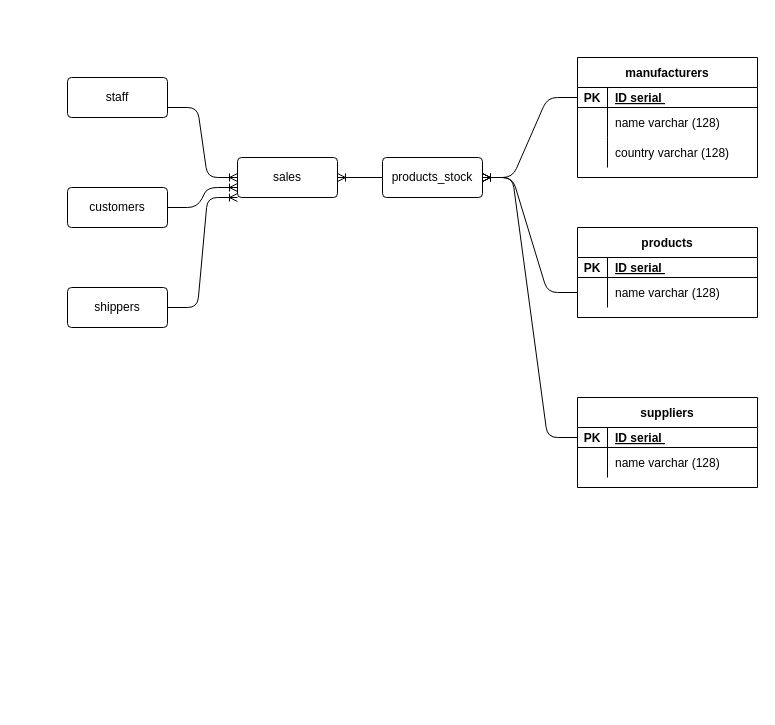
Above: Store.drawio in Emma664/World-population (draw.io), before the change. Source tidied: cells renumbered, new cells numbered last; positions are measured from the earlier drawing's top-left corner, leaving out a move shared by most shapes. Both pictures are drawn from the tidied source at 100%, with x=0, y=0 at pixel (67, 57).
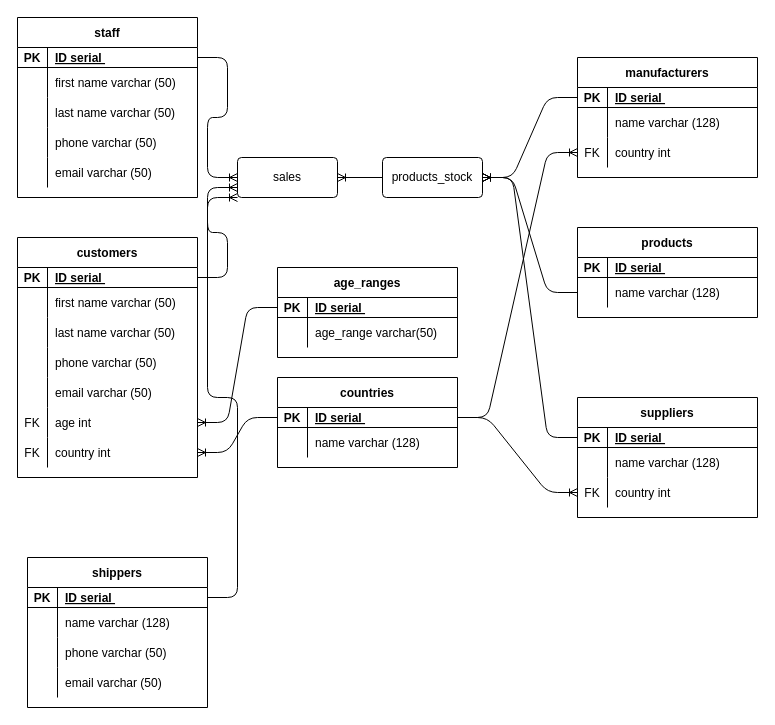
The same page after the edit.

Unchanged cells that the change refers to:
```xml
<mxCell id="6" value="sales" style="rounded=1;arcSize=10;whiteSpace=wrap;html=1;align=center;" parent="1" vertex="1">
  <mxGeometry x="170" y="100" width="100" height="40" as="geometry" />
</mxCell>
<mxCell id="35" style="shape=partialRectangle;fillColor=none;top=0;left=0;bottom=0;right=0;points=[[0,0.5],[1,0.5]];portConstraint=eastwest;" parent="28" vertex="1">
  <mxGeometry y="80" width="180" height="30" as="geometry" />
</mxCell>
```

The edit, as a diff of the source:
```diff
@@
-    <mxCell id="3" value="staff" style="rounded=1;arcSize=10;whiteSpace=wrap;html=1;align=center;" parent="1" vertex="1">
-      <mxGeometry y="20" width="100" height="40" as="geometry" />
-    </mxCell>
-    <mxCell id="4" value="customers" style="rounded=1;arcSize=10;whiteSpace=wrap;html=1;align=center;" parent="1" vertex="1">
-      <mxGeometry y="130" width="100" height="40" as="geometry" />
-    </mxCell>
-    <mxCell id="5" value="shippers" style="rounded=1;arcSize=10;whiteSpace=wrap;html=1;align=center;" parent="1" vertex="1">
-      <mxGeometry y="230" width="100" height="40" as="geometry" />
-    </mxCell>
@@
-    <mxCell id="8" style="edgeStyle=entityRelationEdgeStyle;fontSize=12;html=1;endArrow=ERoneToMany;exitX=1;exitY=0.75;exitDx=0;exitDy=0;entryX=0;entryY=0.5;entryDx=0;entryDy=0;" parent="1" edge="1" source="3" target="6">
+    <mxCell id="8" style="edgeStyle=entityRelationEdgeStyle;fontSize=12;html=1;endArrow=ERoneToMany;exitX=1;exitY=0.5;exitDx=0;exitDy=0;entryX=0;entryY=0.5;entryDx=0;entryDy=0;" parent="1" edge="1" source="50" target="6">
       <mxGeometry relative="1" as="geometry" />
     </mxCell>
-    <mxCell id="9" style="edgeStyle=entityRelationEdgeStyle;fontSize=12;html=1;endArrow=ERoneToMany;exitX=1;exitY=0.5;exitDx=0;exitDy=0;entryX=0;entryY=0.75;entryDx=0;entryDy=0;" parent="1" edge="1" source="4" target="6">
+    <mxCell id="9" style="edgeStyle=entityRelationEdgeStyle;fontSize=12;html=1;endArrow=ERoneToMany;exitX=1;exitY=0.5;exitDx=0;exitDy=0;entryX=0;entryY=0.75;entryDx=0;entryDy=0;" parent="1" edge="1" source="65" target="6">
       <mxGeometry relative="1" as="geometry" />
     </mxCell>
-    <mxCell id="10" style="edgeStyle=entityRelationEdgeStyle;fontSize=12;html=1;endArrow=ERoneToMany;exitX=1;exitY=0.5;exitDx=0;exitDy=0;entryX=0;entryY=1;entryDx=0;entryDy=0;" parent="1" edge="1" source="5" target="6">
+    <mxCell id="10" style="edgeStyle=entityRelationEdgeStyle;fontSize=12;html=1;endArrow=ERoneToMany;exitX=1;exitY=0.5;exitDx=0;exitDy=0;entryX=0;entryY=1;entryDx=0;entryDy=0;" parent="1" edge="1" source="93" target="6">
       <mxGeometry relative="1" as="geometry" />
     </mxCell>
@@
     <mxCell id="14" value="suppliers" style="shape=table;startSize=30;childLayout=tableLayout;rowLines=0;fontStyle=1;align=center;" parent="1" vertex="1">
-      <mxGeometry x="510" y="340" width="180" height="90" as="geometry" />
+      <mxGeometry x="510" y="340" width="180" height="120" as="geometry" />
     </mxCell>
@@
+    <mxCell id="38" style="shape=partialRectangle;fillColor=none;top=0;left=0;bottom=0;right=0;points=[[0,0.5],[1,0.5]];portConstraint=eastwest;" parent="14" vertex="1">
+      <mxGeometry y="80" width="180" height="30" as="geometry" />
+    </mxCell>
+    <mxCell id="39" value="FK" style="shape=partialRectangle;fillColor=none;top=0;left=0;bottom=0;right=0;overflow=hidden;" parent="38" vertex="1">
+      <mxGeometry width="30" height="30" as="geometry" />
+    </mxCell>
+    <mxCell id="40" value="country int" style="shape=partialRectangle;fillColor=none;top=0;left=0;bottom=0;right=0;align=left;spacingLeft=6;overflow=hidden;" parent="38" vertex="1">
+      <mxGeometry x="30" width="150" height="30" as="geometry" />
+    </mxCell>
@@
-    <mxCell id="36" style="shape=partialRectangle;fillColor=none;top=0;left=0;bottom=0;right=0;overflow=hidden;" parent="35" vertex="1">
+    <mxCell id="36" value="FK" style="shape=partialRectangle;fillColor=none;top=0;left=0;bottom=0;right=0;overflow=hidden;" parent="35" vertex="1">
       <mxGeometry width="30" height="30" as="geometry" />
     </mxCell>
-    <mxCell id="37" value="country varchar (128)" style="shape=partialRectangle;fillColor=none;top=0;left=0;bottom=0;right=0;align=left;spacingLeft=6;overflow=hidden;" parent="35" vertex="1">
+    <mxCell id="37" value="country int" style="shape=partialRectangle;fillColor=none;top=0;left=0;bottom=0;right=0;align=left;spacingLeft=6;overflow=hidden;" parent="35" vertex="1">
       <mxGeometry x="30" width="150" height="30" as="geometry" />
     </mxCell>
+    <mxCell id="41" style="edgeStyle=entityRelationEdgeStyle;fontSize=12;html=1;endArrow=ERoneToMany;entryX=0;entryY=0.5;entryDx=0;entryDy=0;exitX=1;exitY=0.5;exitDx=0;exitDy=0;" parent="1" edge="1" source="43" target="35">
+      <mxGeometry relative="1" as="geometry" />
+    </mxCell>
+    <mxCell id="42" value="countries" style="shape=table;startSize=30;childLayout=tableLayout;rowLines=0;fontStyle=1;align=center;" parent="1" vertex="1">
+      <mxGeometry x="210" y="320" width="180" height="90" as="geometry" />
+    </mxCell>
+    <mxCell id="43" style="shape=partialRectangle;fillColor=none;top=0;left=0;bottom=1;right=0;points=[[0,0.5],[1,0.5]];portConstraint=eastwest;" parent="42" vertex="1">
+      <mxGeometry y="30" width="180" height="20" as="geometry" />
+    </mxCell>
+    <mxCell id="44" value="PK" style="shape=partialRectangle;fillColor=none;top=0;left=0;bottom=0;right=0;fontStyle=1;overflow=hidden;" parent="43" vertex="1">
+      <mxGeometry width="30" height="20" as="geometry" />
+    </mxCell>
+    <mxCell id="45" value="ID serial " style="shape=partialRectangle;fillColor=none;top=0;left=0;bottom=0;right=0;align=left;spacingLeft=6;fontStyle=5;overflow=hidden;" parent="43" vertex="1">
+      <mxGeometry x="30" width="150" height="20" as="geometry" />
+    </mxCell>
+    <mxCell id="46" style="shape=partialRectangle;fillColor=none;top=0;left=0;bottom=0;right=0;" parent="42" vertex="1">
+      <mxGeometry y="50" width="180" height="30" as="geometry" />
+    </mxCell>
+    <mxCell id="47" style="shape=partialRectangle;fillColor=none;top=0;left=0;bottom=0;right=0;overflow=hidden;" parent="46" vertex="1">
+      <mxGeometry width="30" height="30" as="geometry" />
+    </mxCell>
+    <mxCell id="48" value="name varchar (128)" style="shape=partialRectangle;fillColor=none;top=0;left=0;bottom=0;right=0;align=left;spacingLeft=6;overflow=hidden;" parent="46" vertex="1">
+      <mxGeometry x="30" width="150" height="30" as="geometry" />
+    </mxCell>
+    <mxCell id="49" style="edgeStyle=entityRelationEdgeStyle;fontSize=12;html=1;endArrow=ERoneToMany;entryX=0;entryY=0.5;entryDx=0;entryDy=0;exitX=1;exitY=0.5;exitDx=0;exitDy=0;" parent="1" edge="1" source="43" target="38">
+      <mxGeometry relative="1" as="geometry" />
+    </mxCell>
+    <mxCell id="3" value="staff" style="shape=table;startSize=30;childLayout=tableLayout;rowLines=0;fontStyle=1;align=center;" parent="1" vertex="1">
+      <mxGeometry x="-50" y="-40" width="180" height="180" as="geometry" />
+    </mxCell>
+    <mxCell id="50" style="shape=partialRectangle;fillColor=none;top=0;left=0;bottom=1;right=0;points=[[0,0.5],[1,0.5]];portConstraint=eastwest;" parent="3" vertex="1">
+      <mxGeometry y="30" width="180" height="20" as="geometry" />
+    </mxCell>
+    <mxCell id="51" value="PK" style="shape=partialRectangle;fillColor=none;top=0;left=0;bottom=0;right=0;fontStyle=1;overflow=hidden;" parent="50" vertex="1">
+      <mxGeometry width="30" height="20" as="geometry" />
+    </mxCell>
+    <mxCell id="52" value="ID serial " style="shape=partialRectangle;fillColor=none;top=0;left=0;bottom=0;right=0;align=left;spacingLeft=6;fontStyle=5;overflow=hidden;" parent="50" vertex="1">
+      <mxGeometry x="30" width="150" height="20" as="geometry" />
+    </mxCell>
+    <mxCell id="53" style="shape=partialRectangle;fillColor=none;top=0;left=0;bottom=0;right=0;" parent="3" vertex="1">
+      <mxGeometry y="50" width="180" height="30" as="geometry" />
+    </mxCell>
+    <mxCell id="54" style="shape=partialRectangle;fillColor=none;top=0;left=0;bottom=0;right=0;overflow=hidden;" parent="53" vertex="1">
+      <mxGeometry width="30" height="30" as="geometry" />
+    </mxCell>
+    <mxCell id="55" value="first name varchar (50)" style="shape=partialRectangle;fillColor=none;top=0;left=0;bottom=0;right=0;align=left;spacingLeft=6;overflow=hidden;" parent="53" vertex="1">
+      <mxGeometry x="30" width="150" height="30" as="geometry" />
+    </mxCell>
+    <mxCell id="56" style="shape=partialRectangle;fillColor=none;top=0;left=0;bottom=0;right=0;" parent="3" vertex="1">
+      <mxGeometry y="80" width="180" height="30" as="geometry" />
+    </mxCell>
+    <mxCell id="57" style="shape=partialRectangle;fillColor=none;top=0;left=0;bottom=0;right=0;overflow=hidden;" parent="56" vertex="1">
+      <mxGeometry width="30" height="30" as="geometry" />
+    </mxCell>
+    <mxCell id="58" value="last name varchar (50)" style="shape=partialRectangle;fillColor=none;top=0;left=0;bottom=0;right=0;align=left;spacingLeft=6;overflow=hidden;" parent="56" vertex="1">
+      <mxGeometry x="30" width="150" height="30" as="geometry" />
+    </mxCell>
+    <mxCell id="59" style="shape=partialRectangle;fillColor=none;top=0;left=0;bottom=0;right=0;" parent="3" vertex="1">
+      <mxGeometry y="110" width="180" height="30" as="geometry" />
+    </mxCell>
+    <mxCell id="60" style="shape=partialRectangle;fillColor=none;top=0;left=0;bottom=0;right=0;overflow=hidden;" parent="59" vertex="1">
+      <mxGeometry width="30" height="30" as="geometry" />
+    </mxCell>
+    <mxCell id="61" value="phone varchar (50)" style="shape=partialRectangle;fillColor=none;top=0;left=0;bottom=0;right=0;align=left;spacingLeft=6;overflow=hidden;" parent="59" vertex="1">
+      <mxGeometry x="30" width="150" height="30" as="geometry" />
+    </mxCell>
+    <mxCell id="62" style="shape=partialRectangle;fillColor=none;top=0;left=0;bottom=0;right=0;" parent="3" vertex="1">
+      <mxGeometry y="140" width="180" height="30" as="geometry" />
+    </mxCell>
+    <mxCell id="63" style="shape=partialRectangle;fillColor=none;top=0;left=0;bottom=0;right=0;overflow=hidden;" parent="62" vertex="1">
+      <mxGeometry width="30" height="30" as="geometry" />
+    </mxCell>
+    <mxCell id="64" value="email varchar (50)" style="shape=partialRectangle;fillColor=none;top=0;left=0;bottom=0;right=0;align=left;spacingLeft=6;overflow=hidden;" parent="62" vertex="1">
+      <mxGeometry x="30" width="150" height="30" as="geometry" />
+    </mxCell>
+    <mxCell id="4" value="customers" style="shape=table;startSize=30;childLayout=tableLayout;rowLines=0;fontStyle=1;align=center;" parent="1" vertex="1">
+      <mxGeometry x="-50" y="180" width="180" height="240" as="geometry" />
+    </mxCell>
+    <mxCell id="65" style="shape=partialRectangle;fillColor=none;top=0;left=0;bottom=1;right=0;points=[[0,0.5],[1,0.5]];portConstraint=eastwest;" parent="4" vertex="1">
+      <mxGeometry y="30" width="180" height="20" as="geometry" />
+    </mxCell>
+    <mxCell id="66" value="PK" style="shape=partialRectangle;fillColor=none;top=0;left=0;bottom=0;right=0;fontStyle=1;overflow=hidden;" parent="65" vertex="1">
+      <mxGeometry width="30" height="20" as="geometry" />
+    </mxCell>
+    <mxCell id="67" value="ID serial " style="shape=partialRectangle;fillColor=none;top=0;left=0;bottom=0;right=0;align=left;spacingLeft=6;fontStyle=5;overflow=hidden;" parent="65" vertex="1">
+      <mxGeometry x="30" width="150" height="20" as="geometry" />
+    </mxCell>
+    <mxCell id="68" style="shape=partialRectangle;fillColor=none;top=0;left=0;bottom=0;right=0;" parent="4" vertex="1">
+      <mxGeometry y="50" width="180" height="30" as="geometry" />
+    </mxCell>
+    <mxCell id="69" style="shape=partialRectangle;fillColor=none;top=0;left=0;bottom=0;right=0;overflow=hidden;" parent="68" vertex="1">
+      <mxGeometry width="30" height="30" as="geometry" />
+    </mxCell>
+    <mxCell id="70" value="first name varchar (50)" style="shape=partialRectangle;fillColor=none;top=0;left=0;bottom=0;right=0;align=left;spacingLeft=6;overflow=hidden;" parent="68" vertex="1">
+      <mxGeometry x="30" width="150" height="30" as="geometry" />
+    </mxCell>
+    <mxCell id="71" style="shape=partialRectangle;fillColor=none;top=0;left=0;bottom=0;right=0;" parent="4" vertex="1">
+      <mxGeometry y="80" width="180" height="30" as="geometry" />
+    </mxCell>
+    <mxCell id="72" style="shape=partialRectangle;fillColor=none;top=0;left=0;bottom=0;right=0;overflow=hidden;" parent="71" vertex="1">
+      <mxGeometry width="30" height="30" as="geometry" />
+    </mxCell>
+    <mxCell id="73" value="last name varchar (50)" style="shape=partialRectangle;fillColor=none;top=0;left=0;bottom=0;right=0;align=left;spacingLeft=6;overflow=hidden;" parent="71" vertex="1">
+      <mxGeometry x="30" width="150" height="30" as="geometry" />
+    </mxCell>
+    <mxCell id="74" style="shape=partialRectangle;fillColor=none;top=0;left=0;bottom=0;right=0;" parent="4" vertex="1">
+      <mxGeometry y="110" width="180" height="30" as="geometry" />
+    </mxCell>
+    <mxCell id="75" style="shape=partialRectangle;fillColor=none;top=0;left=0;bottom=0;right=0;overflow=hidden;" parent="74" vertex="1">
+      <mxGeometry width="30" height="30" as="geometry" />
+    </mxCell>
+    <mxCell id="76" value="phone varchar (50)" style="shape=partialRectangle;fillColor=none;top=0;left=0;bottom=0;right=0;align=left;spacingLeft=6;overflow=hidden;" parent="74" vertex="1">
+      <mxGeometry x="30" width="150" height="30" as="geometry" />
+    </mxCell>
+    <mxCell id="77" style="shape=partialRectangle;fillColor=none;top=0;left=0;bottom=0;right=0;" parent="4" vertex="1">
+      <mxGeometry y="140" width="180" height="30" as="geometry" />
+    </mxCell>
+    <mxCell id="78" style="shape=partialRectangle;fillColor=none;top=0;left=0;bottom=0;right=0;overflow=hidden;" parent="77" vertex="1">
+      <mxGeometry width="30" height="30" as="geometry" />
+    </mxCell>
+    <mxCell id="79" value="email varchar (50)" style="shape=partialRectangle;fillColor=none;top=0;left=0;bottom=0;right=0;align=left;spacingLeft=6;overflow=hidden;" parent="77" vertex="1">
+      <mxGeometry x="30" width="150" height="30" as="geometry" />
+    </mxCell>
+    <mxCell id="80" style="shape=partialRectangle;fillColor=none;top=0;left=0;bottom=0;right=0;points=[[0,0.5],[1,0.5]];portConstraint=eastwest;" parent="4" vertex="1">
+      <mxGeometry y="170" width="180" height="30" as="geometry" />
+    </mxCell>
+    <mxCell id="81" value="FK" style="shape=partialRectangle;fillColor=none;top=0;left=0;bottom=0;right=0;overflow=hidden;" parent="80" vertex="1">
+      <mxGeometry width="30" height="30" as="geometry" />
+    </mxCell>
+    <mxCell id="82" value="age int" style="shape=partialRectangle;fillColor=none;top=0;left=0;bottom=0;right=0;align=left;spacingLeft=6;overflow=hidden;" parent="80" vertex="1">
+      <mxGeometry x="30" width="150" height="30" as="geometry" />
+    </mxCell>
+    <mxCell id="83" style="shape=partialRectangle;fillColor=none;top=0;left=0;bottom=0;right=0;points=[[0,0.5],[1,0.5]];portConstraint=eastwest;" parent="4" vertex="1">
+      <mxGeometry y="200" width="180" height="30" as="geometry" />
+    </mxCell>
+    <mxCell id="84" value="FK" style="shape=partialRectangle;fillColor=none;top=0;left=0;bottom=0;right=0;overflow=hidden;" parent="83" vertex="1">
+      <mxGeometry width="30" height="30" as="geometry" />
+    </mxCell>
+    <mxCell id="85" value="country int" style="shape=partialRectangle;fillColor=none;top=0;left=0;bottom=0;right=0;align=left;spacingLeft=6;overflow=hidden;" parent="83" vertex="1">
+      <mxGeometry x="30" width="150" height="30" as="geometry" />
+    </mxCell>
+    <mxCell id="86" value="age_ranges" style="shape=table;startSize=30;childLayout=tableLayout;rowLines=0;fontStyle=1;align=center;" parent="1" vertex="1">
+      <mxGeometry x="210" y="210" width="180" height="90" as="geometry" />
+    </mxCell>
+    <mxCell id="87" style="shape=partialRectangle;fillColor=none;top=0;left=0;bottom=1;right=0;points=[[0,0.5],[1,0.5]];portConstraint=eastwest;" parent="86" vertex="1">
+      <mxGeometry y="30" width="180" height="20" as="geometry" />
+    </mxCell>
+    <mxCell id="88" value="PK" style="shape=partialRectangle;fillColor=none;top=0;left=0;bottom=0;right=0;fontStyle=1;overflow=hidden;" parent="87" vertex="1">
+      <mxGeometry width="30" height="20" as="geometry" />
+    </mxCell>
+    <mxCell id="89" value="ID serial " style="shape=partialRectangle;fillColor=none;top=0;left=0;bottom=0;right=0;align=left;spacingLeft=6;fontStyle=5;overflow=hidden;" parent="87" vertex="1">
+      <mxGeometry x="30" width="150" height="20" as="geometry" />
+    </mxCell>
+    <mxCell id="90" style="shape=partialRectangle;fillColor=none;top=0;left=0;bottom=0;right=0;" parent="86" vertex="1">
+      <mxGeometry y="50" width="180" height="30" as="geometry" />
+    </mxCell>
+    <mxCell id="91" style="shape=partialRectangle;fillColor=none;top=0;left=0;bottom=0;right=0;overflow=hidden;" parent="90" vertex="1">
+      <mxGeometry width="30" height="30" as="geometry" />
+    </mxCell>
+    <mxCell id="92" value="age_range varchar(50)" style="shape=partialRectangle;fillColor=none;top=0;left=0;bottom=0;right=0;align=left;spacingLeft=6;overflow=hidden;" parent="90" vertex="1">
+      <mxGeometry x="30" width="150" height="30" as="geometry" />
+    </mxCell>
+    <mxCell id="5" value="shippers" style="shape=table;startSize=30;childLayout=tableLayout;rowLines=0;fontStyle=1;align=center;" parent="1" vertex="1">
+      <mxGeometry x="-40" y="500" width="180" height="150" as="geometry" />
+    </mxCell>
+    <mxCell id="93" style="shape=partialRectangle;fillColor=none;top=0;left=0;bottom=1;right=0;points=[[0,0.5],[1,0.5]];portConstraint=eastwest;" parent="5" vertex="1">
+      <mxGeometry y="30" width="180" height="20" as="geometry" />
+    </mxCell>
+    <mxCell id="94" value="PK" style="shape=partialRectangle;fillColor=none;top=0;left=0;bottom=0;right=0;fontStyle=1;overflow=hidden;" parent="93" vertex="1">
+      <mxGeometry width="30" height="20" as="geometry" />
+    </mxCell>
+    <mxCell id="95" value="ID serial " style="shape=partialRectangle;fillColor=none;top=0;left=0;bottom=0;right=0;align=left;spacingLeft=6;fontStyle=5;overflow=hidden;" parent="93" vertex="1">
+      <mxGeometry x="30" width="150" height="20" as="geometry" />
+    </mxCell>
+    <mxCell id="96" style="shape=partialRectangle;fillColor=none;top=0;left=0;bottom=0;right=0;" parent="5" vertex="1">
+      <mxGeometry y="50" width="180" height="30" as="geometry" />
+    </mxCell>
+    <mxCell id="97" style="shape=partialRectangle;fillColor=none;top=0;left=0;bottom=0;right=0;overflow=hidden;" parent="96" vertex="1">
+      <mxGeometry width="30" height="30" as="geometry" />
+    </mxCell>
+    <mxCell id="98" value="name varchar (128)" style="shape=partialRectangle;fillColor=none;top=0;left=0;bottom=0;right=0;align=left;spacingLeft=6;overflow=hidden;" parent="96" vertex="1">
+      <mxGeometry x="30" width="150" height="30" as="geometry" />
+    </mxCell>
+    <mxCell id="99" style="shape=partialRectangle;fillColor=none;top=0;left=0;bottom=0;right=0;" parent="5" vertex="1">
+      <mxGeometry y="80" width="180" height="30" as="geometry" />
+    </mxCell>
+    <mxCell id="100" style="shape=partialRectangle;fillColor=none;top=0;left=0;bottom=0;right=0;overflow=hidden;" parent="99" vertex="1">
+      <mxGeometry width="30" height="30" as="geometry" />
+    </mxCell>
+    <mxCell id="101" value="phone varchar (50)" style="shape=partialRectangle;fillColor=none;top=0;left=0;bottom=0;right=0;align=left;spacingLeft=6;overflow=hidden;" parent="99" vertex="1">
+      <mxGeometry x="30" width="150" height="30" as="geometry" />
+    </mxCell>
+    <mxCell id="102" style="shape=partialRectangle;fillColor=none;top=0;left=0;bottom=0;right=0;" parent="5" vertex="1">
+      <mxGeometry y="110" width="180" height="30" as="geometry" />
+    </mxCell>
+    <mxCell id="103" style="shape=partialRectangle;fillColor=none;top=0;left=0;bottom=0;right=0;overflow=hidden;" parent="102" vertex="1">
+      <mxGeometry width="30" height="30" as="geometry" />
+    </mxCell>
+    <mxCell id="104" value="email varchar (50)" style="shape=partialRectangle;fillColor=none;top=0;left=0;bottom=0;right=0;align=left;spacingLeft=6;overflow=hidden;" parent="102" vertex="1">
+      <mxGeometry x="30" width="150" height="30" as="geometry" />
+    </mxCell>
+    <mxCell id="105" style="edgeStyle=entityRelationEdgeStyle;fontSize=12;html=1;endArrow=ERoneToMany;" parent="1" edge="1" source="43" target="83">
+      <mxGeometry relative="1" as="geometry" />
+    </mxCell>
+    <mxCell id="106" style="edgeStyle=entityRelationEdgeStyle;fontSize=12;html=1;endArrow=ERoneToMany;" parent="1" edge="1" source="87" target="80">
+      <mxGeometry relative="1" as="geometry" />
+    </mxCell>
```
